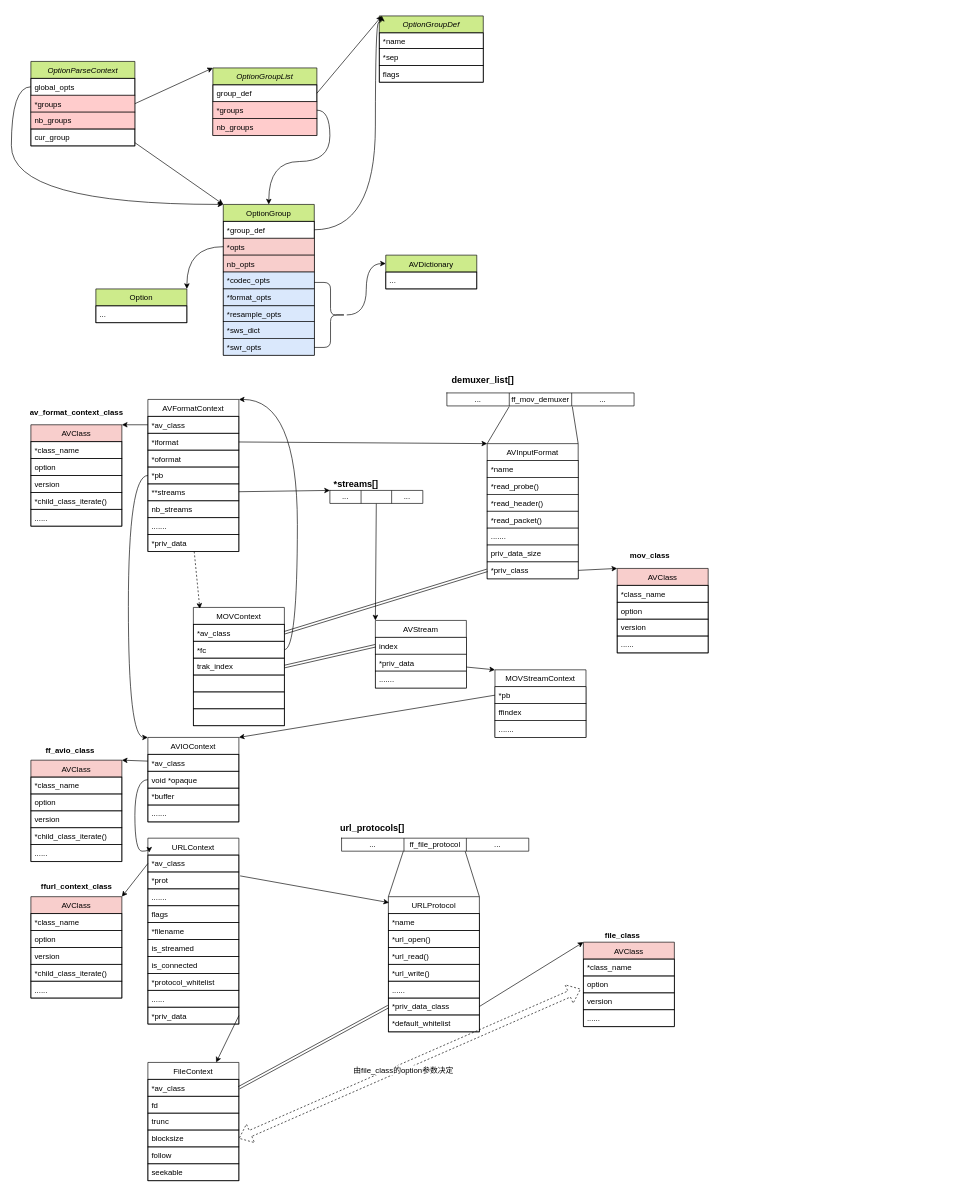
Before: ffmpeg.drawio in qiaoshouxing/draw.io, a draw.io diagram. Source tidied: cells renumbered, new cells numbered last; positions are measured from the earlier drawing's top-left corner, leaving out a move shared by most shapes. Both pictures are drawn from the tidied source at 65%, with x=0, y=0 at pixel (11, 16).
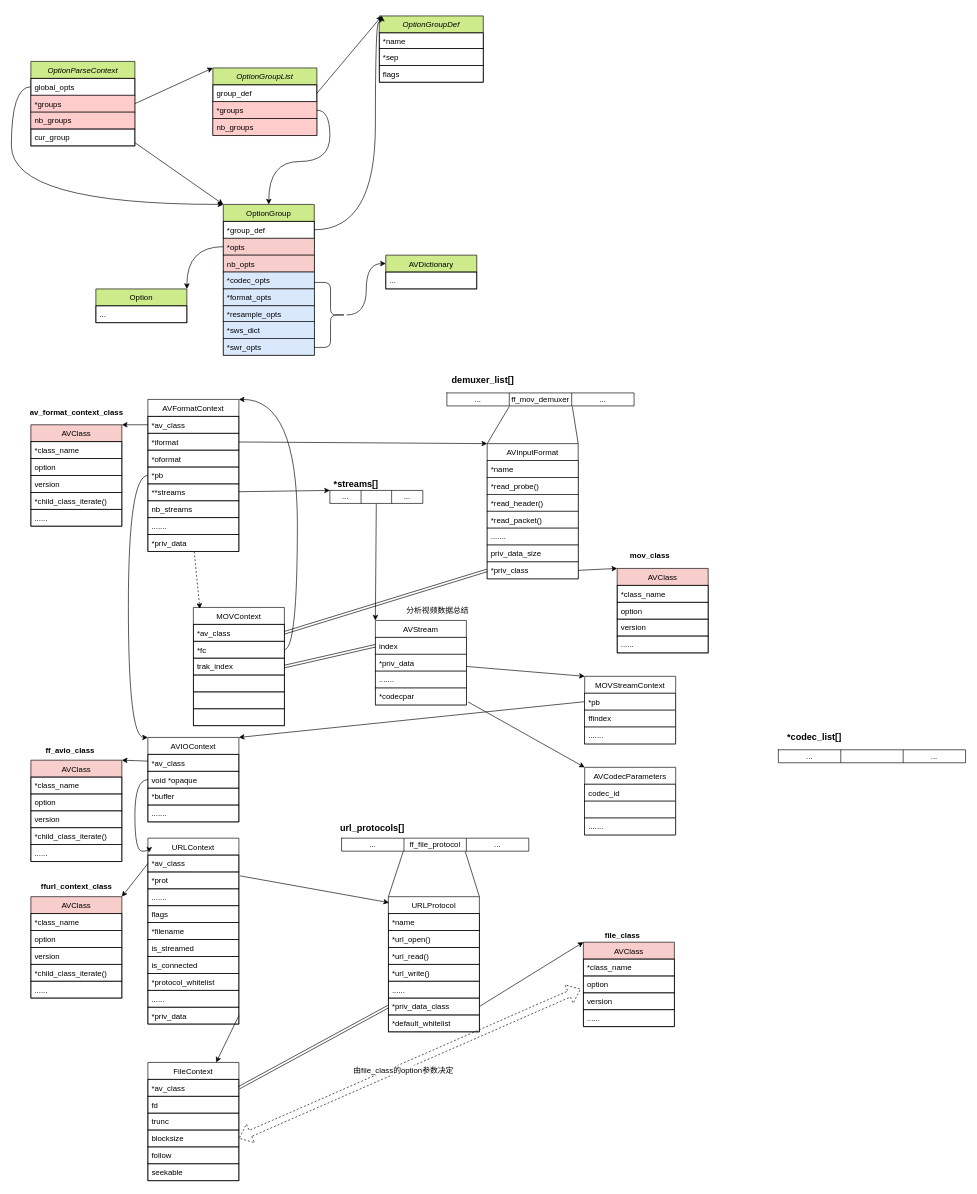
After the change.

Change to the diagram source:
```diff
@@
     <mxCell id="164" value="AVStream" style="swimlane;fontStyle=0;horizontal=1;startSize=26;" parent="1" vertex="1">
-      <mxGeometry x="560" y="930" width="140" height="104" as="geometry" />
+      <mxGeometry x="560" y="930" width="140" height="130" as="geometry" />
     </mxCell>
@@
+    <mxCell id="176" value="*codecpar" style="text;align=left;verticalAlign=top;spacingLeft=4;spacingRight=4;overflow=hidden;points=[[0,0.5],[1,0.5]];portConstraint=eastwest;fillColor=#ffffff;strokeColor=#000000;" parent="164" vertex="1">
+      <mxGeometry y="104" width="140" height="26" as="geometry" />
+    </mxCell>
@@
     <mxCell id="169" value="MOVStreamContext" style="swimlane;fontStyle=0;horizontal=1;startSize=26;" parent="1" vertex="1">
-      <mxGeometry x="744" y="1006" width="140" height="104" as="geometry" />
+      <mxGeometry x="882" y="1016" width="140" height="104" as="geometry" />
     </mxCell>
@@
+    <mxCell id="177" value="AVCodecParameters" style="swimlane;fontStyle=0;horizontal=1;startSize=26;" parent="1" vertex="1">
+      <mxGeometry x="882" y="1156" width="140" height="104" as="geometry" />
+    </mxCell>
+    <mxCell id="178" value="codec_id" style="text;align=left;verticalAlign=top;spacingLeft=4;spacingRight=4;overflow=hidden;fillColor=#ffffff;strokeColor=#000000;" parent="177" vertex="1">
+      <mxGeometry y="26" width="140" height="26" as="geometry" />
+    </mxCell>
+    <mxCell id="179" style="text;align=left;verticalAlign=top;spacingLeft=4;spacingRight=4;overflow=hidden;fillColor=#ffffff;strokeColor=#000000;" parent="177" vertex="1">
+      <mxGeometry y="52" width="140" height="26" as="geometry" />
+    </mxCell>
+    <mxCell id="180" value="......." style="text;align=left;verticalAlign=top;spacingLeft=4;spacingRight=4;overflow=hidden;fillColor=#ffffff;strokeColor=#000000;" parent="177" vertex="1">
+      <mxGeometry y="78" width="140" height="26" as="geometry" />
+    </mxCell>
+    <mxCell id="181" style="edgeStyle=none;rounded=0;jettySize=auto;html=1;startArrow=none;startFill=0;endArrow=classic;endFill=1;strokeColor=#000000;strokeWidth=1;fontSize=12;entryX=0;entryY=0;entryDx=0;entryDy=0;exitX=1.018;exitY=0.821;exitDx=0;exitDy=0;exitPerimeter=0;" parent="1" edge="1" source="176" target="177">
+      <mxGeometry relative="1" as="geometry" />
+    </mxCell>
+    <mxCell id="182" value="分析视频数据总结" style="text;html=1;strokeColor=none;fillColor=none;align=center;verticalAlign=middle;whiteSpace=wrap;rounded=0;fontSize=12;" parent="1" vertex="1">
+      <mxGeometry x="586" y="905" width="140" height="20" as="geometry" />
+    </mxCell>
+    <mxCell id="183" style="shape=table;html=1;whiteSpace=wrap;startSize=0;childLayout=tableLayout;fillColor=#ffffff;" parent="1" vertex="1">
+      <mxGeometry x="1180" y="1129" width="288" height="20" as="geometry" />
+    </mxCell>
+    <mxCell id="184" style="shape=partialRectangle;html=1;whiteSpace=wrap;fillColor=none;top=0;left=0;bottom=0;right=0;" parent="183" vertex="1">
+      <mxGeometry width="288" height="20" as="geometry" />
+    </mxCell>
+    <mxCell id="185" value="&lt;span&gt;...&lt;/span&gt;" style="shape=partialRectangle;html=1;whiteSpace=wrap;fillColor=none;top=0;left=0;bottom=0;right=0;overflow=hidden;" parent="184" vertex="1">
+      <mxGeometry width="96" height="20" as="geometry" />
+    </mxCell>
+    <mxCell id="186" style="shape=partialRectangle;html=1;whiteSpace=wrap;fillColor=none;top=0;left=0;bottom=0;right=0;overflow=hidden;" parent="184" vertex="1">
+      <mxGeometry x="96" width="96" height="20" as="geometry" />
+    </mxCell>
+    <mxCell id="187" value="..." style="shape=partialRectangle;html=1;whiteSpace=wrap;fillColor=none;top=0;left=0;bottom=0;right=0;overflow=hidden;" parent="184" vertex="1">
+      <mxGeometry x="192" width="96" height="20" as="geometry" />
+    </mxCell>
+    <mxCell id="188" value="*codec_list[]" style="text;html=1;align=center;verticalAlign=middle;fontStyle=1;fontSize=14;" parent="1" vertex="1">
+      <mxGeometry x="1185" y="1099" width="100" height="20" as="geometry" />
+    </mxCell>
```
